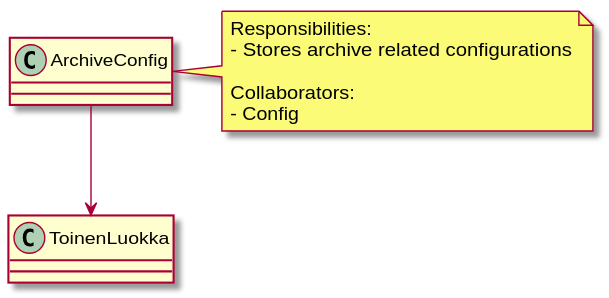
Above: docs/doxygen/doxygen/inline_umlgraph_1.svg in elliVM/pth_06 (PlantUML), before the change.
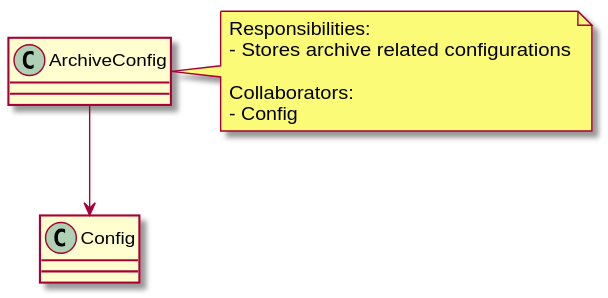
The same diagram one commit later.

Change to the diagram source:
```diff
@@ -1,7 +1,7 @@
 @startuml inline_umlgraph_1.svg
 class ArchiveConfig {}
 
-ArchiveConfig --> ToinenLuokka
+ArchiveConfig --> Config
 
 note right of ArchiveConfig
 Responsibilities:
```
